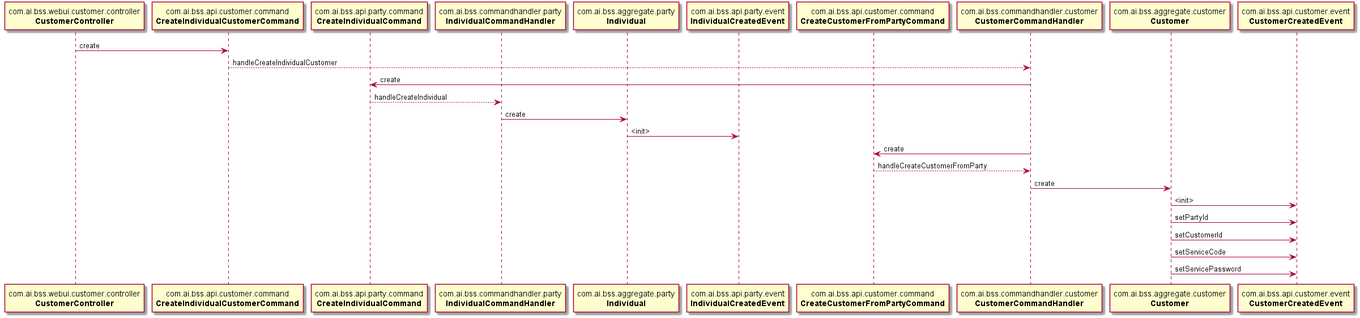
Earlier version of the PlantUML export flow.png (konglingjuanyi/axonbss). Its diagram source:
```plantuml
@startuml create-individual-customer-flow.png
participant "com.ai.bss.webui.customer.controller\n**CustomerController**" as com.ai.bss.webui.customer.controller.CustomerController
participant "com.ai.bss.api.customer.command\n**CreateIndividualCustomerCommand**" as com.ai.bss.api.customer.command.CreateIndividualCustomerCommand
participant "com.ai.bss.commandhandler.customer\n**CustomerCommandHandler**" as com.ai.bss.commandhandler.customer.CustomerCommandHandler
participant "com.ai.bss.api.party.command\n**CreateIndividualCommand**" as com.ai.bss.api.party.command.CreateIndividualCommand
participant "com.ai.bss.commandhandler.party\n**IndividualCommandHandler**" as com.ai.bss.commandhandler.party.IndividualCommandHandler
participant "com.ai.bss.aggregate.party\n**Individual**" as com.ai.bss.aggregate.party.Individual
participant "com.ai.bss.api.party.event\n**IndividualCreatedEvent**" as com.ai.bss.api.party.event.IndividualCreatedEvent
participant "com.ai.bss.api.customer.command\n**CreateCustomerFromPartyCommand**" as com.ai.bss.api.customer.command.CreateCustomerFromPartyCommand
participant "com.ai.bss.commandhandler.customer\n**CustomerCommandHandler**" as com.ai.bss.commandhandler.customer.CustomerCommandHandler
participant "com.ai.bss.aggregate.customer\n**Customer**" as com.ai.bss.aggregate.customer.Customer
participant "com.ai.bss.api.customer.event\n**CustomerCreatedEvent**" as com.ai.bss.api.customer.event.CustomerCreatedEvent
participant "com.ai.bss.api.customer.event\n**CustomerCreatedEvent**" as com.ai.bss.api.customer.event.CustomerCreatedEvent
participant "com.ai.bss.api.customer.event\n**CustomerCreatedEvent**" as com.ai.bss.api.customer.event.CustomerCreatedEvent
participant "com.ai.bss.api.customer.event\n**CustomerCreatedEvent**" as com.ai.bss.api.customer.event.CustomerCreatedEvent
participant "com.ai.bss.api.customer.event\n**CustomerCreatedEvent**" as com.ai.bss.api.customer.event.CustomerCreatedEvent

com.ai.bss.webui.customer.controller.CustomerController -> com.ai.bss.api.customer.command.CreateIndividualCustomerCommand: create
com.ai.bss.api.customer.command.CreateIndividualCustomerCommand --> com.ai.bss.commandhandler.customer.CustomerCommandHandler: handleCreateIndividualCustomer
com.ai.bss.commandhandler.customer.CustomerCommandHandler -> com.ai.bss.api.party.command.CreateIndividualCommand: create
com.ai.bss.api.party.command.CreateIndividualCommand --> com.ai.bss.commandhandler.party.IndividualCommandHandler: handleCreateIndividual
com.ai.bss.commandhandler.party.IndividualCommandHandler -> com.ai.bss.aggregate.party.Individual: create
com.ai.bss.aggregate.party.Individual -> com.ai.bss.api.party.event.IndividualCreatedEvent: <init>
com.ai.bss.commandhandler.customer.CustomerCommandHandler -> com.ai.bss.api.customer.command.CreateCustomerFromPartyCommand: create
com.ai.bss.api.customer.command.CreateCustomerFromPartyCommand --> com.ai.bss.commandhandler.customer.CustomerCommandHandler: handleCreateCustomerFromParty
com.ai.bss.commandhandler.customer.CustomerCommandHandler -> com.ai.bss.aggregate.customer.Customer: create
com.ai.bss.aggregate.customer.Customer -> com.ai.bss.api.customer.event.CustomerCreatedEvent: <init>
com.ai.bss.aggregate.customer.Customer -> com.ai.bss.api.customer.event.CustomerCreatedEvent: setPartyId
com.ai.bss.aggregate.customer.Customer -> com.ai.bss.api.customer.event.CustomerCreatedEvent: setCustomerId
com.ai.bss.aggregate.customer.Customer -> com.ai.bss.api.customer.event.CustomerCreatedEvent: setServiceCode
com.ai.bss.aggregate.customer.Customer -> com.ai.bss.api.customer.event.CustomerCreatedEvent: setServicePassword
@enduml
```
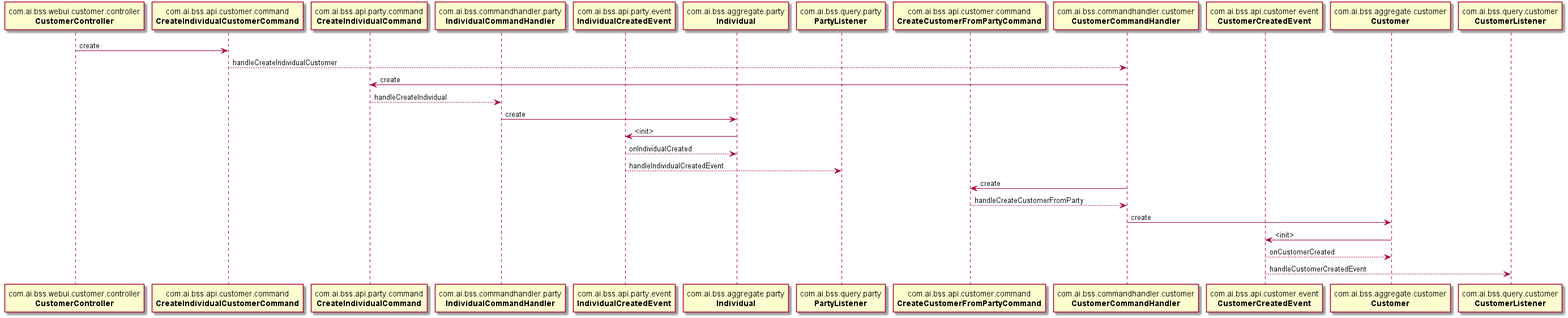
Above is the later version.

Commit message:
generate business flow

Diff of the diagram source:
```diff
@@ -6,14 +6,14 @@
 participant "com.ai.bss.commandhandler.party\n**IndividualCommandHandler**" as com.ai.bss.commandhandler.party.IndividualCommandHandler
 participant "com.ai.bss.aggregate.party\n**Individual**" as com.ai.bss.aggregate.party.Individual
 participant "com.ai.bss.api.party.event\n**IndividualCreatedEvent**" as com.ai.bss.api.party.event.IndividualCreatedEvent
+participant "com.ai.bss.aggregate.party\n**Individual**" as com.ai.bss.aggregate.party.Individual
+participant "com.ai.bss.query.party\n**PartyListener**" as com.ai.bss.query.party.PartyListener
 participant "com.ai.bss.api.customer.command\n**CreateCustomerFromPartyCommand**" as com.ai.bss.api.customer.command.CreateCustomerFromPartyCommand
 participant "com.ai.bss.commandhandler.customer\n**CustomerCommandHandler**" as com.ai.bss.commandhandler.customer.CustomerCommandHandler
 participant "com.ai.bss.aggregate.customer\n**Customer**" as com.ai.bss.aggregate.customer.Customer
 participant "com.ai.bss.api.customer.event\n**CustomerCreatedEvent**" as com.ai.bss.api.customer.event.CustomerCreatedEvent
-participant "com.ai.bss.api.customer.event\n**CustomerCreatedEvent**" as com.ai.bss.api.customer.event.CustomerCreatedEvent
-participant "com.ai.bss.api.customer.event\n**CustomerCreatedEvent**" as com.ai.bss.api.customer.event.CustomerCreatedEvent
-participant "com.ai.bss.api.customer.event\n**CustomerCreatedEvent**" as com.ai.bss.api.customer.event.CustomerCreatedEvent
-participant "com.ai.bss.api.customer.event\n**CustomerCreatedEvent**" as com.ai.bss.api.customer.event.CustomerCreatedEvent
+participant "com.ai.bss.aggregate.customer\n**Customer**" as com.ai.bss.aggregate.customer.Customer
+participant "com.ai.bss.query.customer\n**CustomerListener**" as com.ai.bss.query.customer.CustomerListener
 
 com.ai.bss.webui.customer.controller.CustomerController -> com.ai.bss.api.customer.command.CreateIndividualCustomerCommand: create
 com.ai.bss.api.customer.command.CreateIndividualCustomerCommand --> com.ai.bss.commandhandler.customer.CustomerCommandHandler: handleCreateIndividualCustomer
@@ -21,12 +21,12 @@
 com.ai.bss.api.party.command.CreateIndividualCommand --> com.ai.bss.commandhandler.party.IndividualCommandHandler: handleCreateIndividual
 com.ai.bss.commandhandler.party.IndividualCommandHandler -> com.ai.bss.aggregate.party.Individual: create
 com.ai.bss.aggregate.party.Individual -> com.ai.bss.api.party.event.IndividualCreatedEvent: <init>
+com.ai.bss.api.party.event.IndividualCreatedEvent --> com.ai.bss.aggregate.party.Individual: onIndividualCreated
+com.ai.bss.api.party.event.IndividualCreatedEvent --> com.ai.bss.query.party.PartyListener: handleIndividualCreatedEvent
 com.ai.bss.commandhandler.customer.CustomerCommandHandler -> com.ai.bss.api.customer.command.CreateCustomerFromPartyCommand: create
 com.ai.bss.api.customer.command.CreateCustomerFromPartyCommand --> com.ai.bss.commandhandler.customer.CustomerCommandHandler: handleCreateCustomerFromParty
 com.ai.bss.commandhandler.customer.CustomerCommandHandler -> com.ai.bss.aggregate.customer.Customer: create
 com.ai.bss.aggregate.customer.Customer -> com.ai.bss.api.customer.event.CustomerCreatedEvent: <init>
-com.ai.bss.aggregate.customer.Customer -> com.ai.bss.api.customer.event.CustomerCreatedEvent: setPartyId
-com.ai.bss.aggregate.customer.Customer -> com.ai.bss.api.customer.event.CustomerCreatedEvent: setCustomerId
-com.ai.bss.aggregate.customer.Customer -> com.ai.bss.api.customer.event.CustomerCreatedEvent: setServiceCode
-com.ai.bss.aggregate.customer.Customer -> com.ai.bss.api.customer.event.CustomerCreatedEvent: setServicePassword
+com.ai.bss.api.customer.event.CustomerCreatedEvent --> com.ai.bss.aggregate.customer.Customer: onCustomerCreated
+com.ai.bss.api.customer.event.CustomerCreatedEvent --> com.ai.bss.query.customer.CustomerListener: handleCustomerCreatedEvent
 @enduml
```
